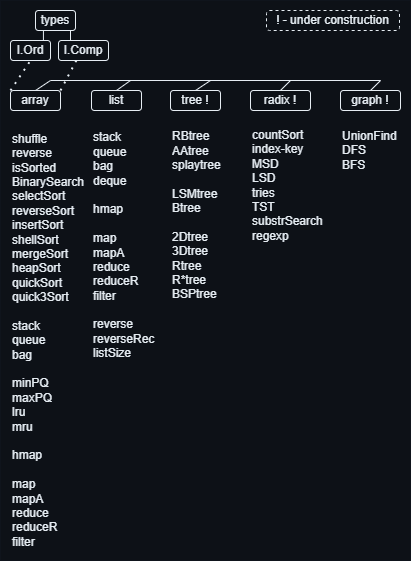
Before: pics/algos.png, a diagram exported from draw.io (kselnaag/algos). Source tidied: cells renumbered, new cells last; positions are measured from the earlier drawing's top-left corner, leaving out a move shared by most shapes.
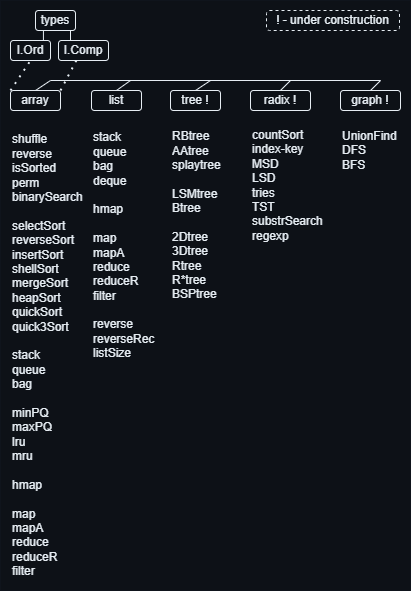
The same file after the commit.

Change to the diagram source:
```diff
@@ -3,7 +3,7 @@
     <mxCell id="0" />
     <mxCell id="1" parent="0" />
     <mxCell id="2" style="rounded=0;whiteSpace=wrap;html=1;strokeColor=none;fillColor=#0d1117;strokeWidth=1;perimeterSpacing=1;shadow=0;glass=0;fillStyle=solid;" parent="1" vertex="1">
-      <mxGeometry width="410" height="560" as="geometry" />
+      <mxGeometry width="410" height="590" as="geometry" />
     </mxCell>
     <mxCell id="3" value="&lt;font color=&quot;#e6edf3&quot;&gt;array&lt;/font&gt;" style="rounded=1;whiteSpace=wrap;html=1;fontColor=#000000;fillColor=none;strokeColor=#e6edf3;" parent="1" vertex="1">
       <mxGeometry x="10" y="90" width="50" height="20" as="geometry" />
@@ -20,8 +20,8 @@
     <mxCell id="7" value="&lt;font color=&quot;#e6edf3&quot;&gt;graph !&lt;/font&gt;" style="rounded=1;whiteSpace=wrap;html=1;fontColor=#000000;fillColor=none;strokeColor=#e6edf3;" parent="1" vertex="1">
       <mxGeometry x="340" y="90" width="60" height="20" as="geometry" />
     </mxCell>
-    <mxCell id="8" value="&lt;font color=&quot;#e6edf3&quot;&gt;shuffle&lt;br&gt;reverse&lt;br&gt;isSorted&lt;br&gt;BinarySearch&lt;br&gt;selectSort&lt;br&gt;reverseSort&lt;br&gt;insertSort&lt;br&gt;shellSort&lt;br&gt;mergeSort&lt;br&gt;heapSort&lt;br&gt;quickSort&lt;br&gt;quick3Sort&lt;br&gt;&lt;br&gt;stack&lt;br&gt;queue&lt;br&gt;bag&lt;br&gt;&lt;br&gt;minPQ&lt;br&gt;maxPQ&lt;br&gt;lru&lt;br&gt;mru&lt;br&gt;&lt;br&gt;hmap&lt;br&gt;&lt;br&gt;map&lt;br&gt;mapA&lt;br&gt;reduce&lt;br&gt;reduceR&lt;br&gt;filter&lt;/font&gt;" style="text;html=1;strokeColor=none;fillColor=none;align=left;verticalAlign=middle;whiteSpace=wrap;rounded=0;fontColor=#000000;" parent="1" vertex="1">
-      <mxGeometry x="10" y="130" width="80" height="420" as="geometry" />
+    <mxCell id="8" value="&lt;font color=&quot;#e6edf3&quot;&gt;shuffle&lt;br&gt;reverse&lt;br&gt;isSorted&lt;br&gt;perm&lt;br&gt;binarySearch&lt;br&gt;&lt;br&gt;selectSort&lt;br&gt;reverseSort&lt;br&gt;insertSort&lt;br&gt;shellSort&lt;br&gt;mergeSort&lt;br&gt;heapSort&lt;br&gt;quickSort&lt;br&gt;quick3Sort&lt;br&gt;&lt;br&gt;stack&lt;br&gt;queue&lt;br&gt;bag&lt;br&gt;&lt;br&gt;minPQ&lt;br&gt;maxPQ&lt;br&gt;lru&lt;br&gt;mru&lt;br&gt;&lt;br&gt;hmap&lt;br&gt;&lt;br&gt;map&lt;br&gt;mapA&lt;br&gt;reduce&lt;br&gt;reduceR&lt;br&gt;filter&lt;/font&gt;" style="text;html=1;strokeColor=none;fillColor=none;align=left;verticalAlign=middle;whiteSpace=wrap;rounded=0;fontColor=#000000;" parent="1" vertex="1">
+      <mxGeometry x="10" y="130" width="80" height="450" as="geometry" />
     </mxCell>
     <mxCell id="9" value="&lt;font color=&quot;#e6edf3&quot;&gt;stack&lt;br&gt;queue&lt;br&gt;bag&lt;br&gt;deque&lt;br&gt;&lt;br&gt;hmap&lt;br&gt;&lt;br&gt;map&lt;br&gt;mapA&lt;br&gt;reduce&lt;br&gt;reduceR&lt;br&gt;filter&lt;br&gt;&lt;br&gt;reverse&lt;br&gt;reverseRec&lt;br&gt;listSize&lt;br&gt;&lt;/font&gt;" style="text;html=1;strokeColor=none;fillColor=none;align=left;verticalAlign=middle;whiteSpace=wrap;rounded=0;fontColor=#000000;" parent="1" vertex="1">
       <mxGeometry x="91" y="130" width="69" height="230" as="geometry" />
```
